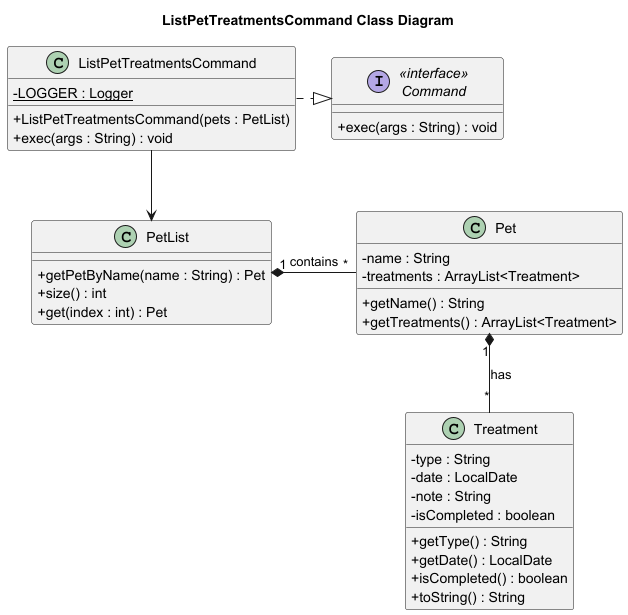
This is docs/diagrams/ListPetTreatmentsCommand_Class_Diagram.png from Kevin88866/tp, a PlantUML export, as it was before one commit.
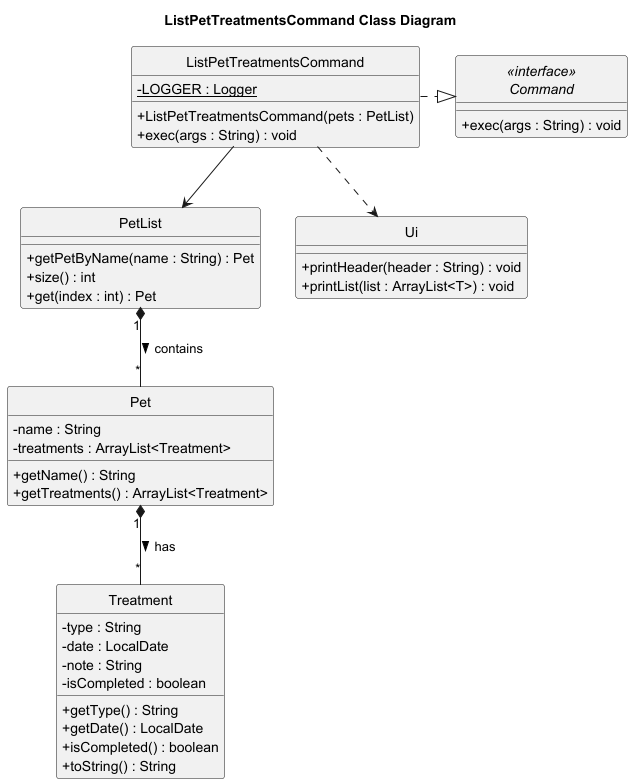
After the change.

Commit message:
Update class diagrams

Change to the diagram source:
```diff
@@ -1,5 +1,6 @@
 @startuml
 skinparam classAttributeIconSize 0
+hide circle
 title ListPetTreatmentsCommand Class Diagram
 
 
@@ -37,9 +38,15 @@
     + toString() : String
 }
 
+class Ui {
+    + printHeader(header : String) : void
+    + printList(list : ArrayList<T>) : void
+}
+
 
 ListPetTreatmentsCommand .|> Command
 ListPetTreatmentsCommand --> PetList
-PetList "1" *- "*" Pet : contains
-Pet "1" *-- "*" Treatment : has
+ListPetTreatmentsCommand ..> Ui
+PetList "1" *-- "*" Pet : contains >
+Pet "1" *-- "*" Treatment : has >
 @enduml
```
